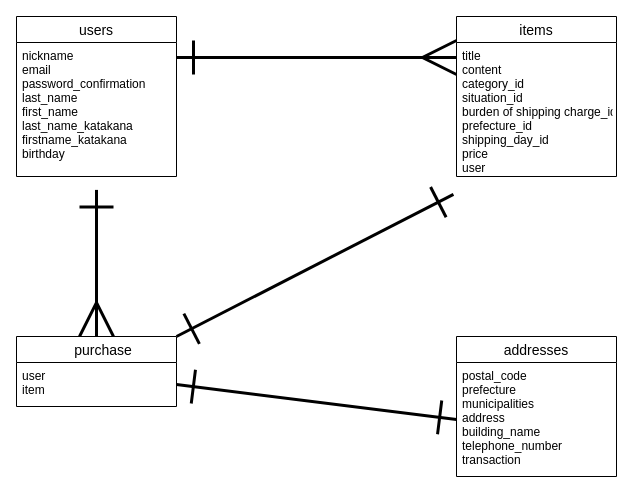
Above: test.dio in zozors/furima-37978 (draw.io), before the change. Source tidied: cells renumbered, new cells numbered last; positions are measured from the earlier drawing's top-left corner, leaving out a move shared by most shapes. Both pictures are drawn from the tidied source at 100%, with x=0, y=0 at pixel (16, 16).
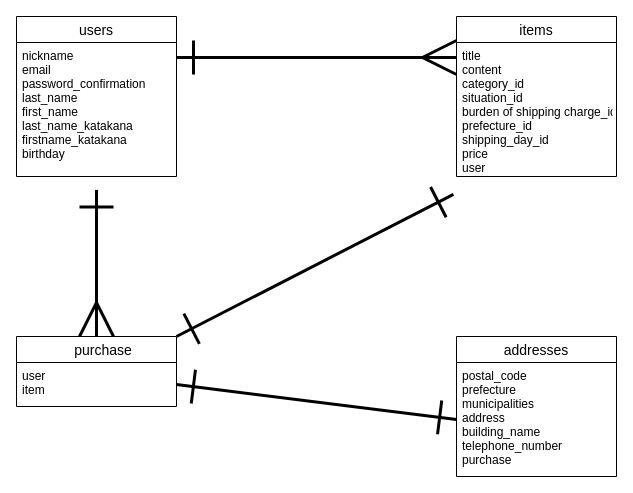
Above is the later version.

Commit message (it also covers changes not shown here):
レビュー修正

Diff of the diagram source:
```diff
@@
 <mxGraphModel>
   <root>
     <mxCell id="0" />
     <mxCell id="1" parent="0" />
     <mxCell id="2" value="users" style="swimlane;fontStyle=0;horizontal=1;startSize=26;align=center;fontSize=14;" parent="1" vertex="1">
       <mxGeometry width="160" height="160" as="geometry" />
     </mxCell>
     <mxCell id="3" value="nickname&#10;email&#10;password_confirmation&#10;last_name&#10;first_name&#10;last_name_katakana&#10;firstname_katakana&#10;birthday" style="text;strokeColor=none;fillColor=none;spacingLeft=4;spacingRight=4;overflow=hidden;points=[[0,0.5],[1,0.5]];portConstraint=eastwest;fontSize=12;" parent="2" vertex="1">
       <mxGeometry y="26" width="160" height="134" as="geometry" />
     </mxCell>
     <mxCell id="4" value="items" style="swimlane;fontStyle=0;horizontal=1;startSize=26;align=center;fontSize=14;" parent="1" vertex="1">
       <mxGeometry x="440" width="160" height="160" as="geometry" />
     </mxCell>
     <mxCell id="5" value="title&#10;content&#10;category_id&#10;situation_id&#10;burden of shipping charge_id&#10;prefecture_id&#10;shipping_day_id&#10;price&#10;user" style="text;strokeColor=none;fillColor=none;spacingLeft=4;spacingRight=4;overflow=hidden;points=[[0,0.5],[1,0.5]];portConstraint=eastwest;fontSize=12;" parent="4" vertex="1">
       <mxGeometry y="26" width="160" height="134" as="geometry" />
     </mxCell>
     <mxCell id="6" style="edgeStyle=none;html=1;exitX=0.5;exitY=0;exitDx=0;exitDy=0;targetPerimeterSpacing=0;endArrow=ERmany;endFill=0;entryX=0.5;entryY=0;entryDx=0;entryDy=0;" parent="1" edge="1" source="9" target="9">
       <mxGeometry relative="1" as="geometry" />
     </mxCell>
     <mxCell id="7" style="edgeStyle=none;html=1;exitX=0.5;exitY=0;exitDx=0;exitDy=0;entryX=0.5;entryY=1.1;entryDx=0;entryDy=0;entryPerimeter=0;endArrow=ERone;endFill=0;startSize=30;endSize=30;targetPerimeterSpacing=0;strokeColor=default;strokeWidth=3;startArrow=ERmany;startFill=0;" parent="1" edge="1" source="9" target="3">
       <mxGeometry relative="1" as="geometry" />
     </mxCell>
     <mxCell id="8" style="edgeStyle=none;html=1;exitX=1;exitY=0;exitDx=0;exitDy=0;entryX=-0.019;entryY=1.133;entryDx=0;entryDy=0;entryPerimeter=0;startArrow=ERone;startFill=0;endArrow=ERone;endFill=0;sourcePerimeterSpacing=0;targetPerimeterSpacing=0;strokeColor=default;strokeWidth=3;endSize=30;startSize=30;" parent="1" edge="1" source="9" target="5">
       <mxGeometry relative="1" as="geometry" />
     </mxCell>
     <mxCell id="9" value="　purchase" style="swimlane;fontStyle=0;horizontal=1;startSize=26;align=center;fontSize=14;" parent="1" vertex="1">
       <mxGeometry y="320" width="160" height="70" as="geometry" />
     </mxCell>
     <mxCell id="10" value="user&#10;item" style="text;strokeColor=none;fillColor=none;spacingLeft=4;spacingRight=4;overflow=hidden;points=[[0,0.5],[1,0.5]];portConstraint=eastwest;fontSize=12;" parent="9" vertex="1">
       <mxGeometry y="26" width="160" height="44" as="geometry" />
     </mxCell>
     <mxCell id="11" value="addresses" style="swimlane;fontStyle=0;horizontal=1;startSize=26;align=center;fontSize=14;" parent="1" vertex="1">
       <mxGeometry x="440" y="320" width="160" height="140" as="geometry" />
     </mxCell>
-    <mxCell id="12" value="postal_code&#10;prefecture&#10;municipalities&#10;address&#10;building_name&#10;telephone_number&#10;transaction" style="text;strokeColor=none;fillColor=none;spacingLeft=4;spacingRight=4;overflow=hidden;points=[[0,0.5],[1,0.5]];portConstraint=eastwest;fontSize=12;" parent="11" vertex="1">
+    <mxCell id="12" value="postal_code&#10;prefecture&#10;municipalities&#10;address&#10;building_name&#10;telephone_number&#10;purchase" style="text;strokeColor=none;fillColor=none;spacingLeft=4;spacingRight=4;overflow=hidden;points=[[0,0.5],[1,0.5]];portConstraint=eastwest;fontSize=12;" parent="11" vertex="1">
       <mxGeometry y="26" width="160" height="114" as="geometry" />
     </mxCell>
     <mxCell id="13" style="edgeStyle=none;html=1;exitX=1;exitY=0.5;exitDx=0;exitDy=0;entryX=0;entryY=0.5;entryDx=0;entryDy=0;endArrow=ERmany;endFill=0;startSize=30;endSize=30;targetPerimeterSpacing=0;strokeColor=default;startArrow=ERone;startFill=0;strokeWidth=3;" parent="1" edge="1">
       <mxGeometry relative="1" as="geometry">
         <mxPoint x="160" y="41" as="sourcePoint" />
         <mxPoint x="440" y="41" as="targetPoint" />
       </mxGeometry>
     </mxCell>
     <mxCell id="14" style="edgeStyle=none;html=1;exitX=1;exitY=0.5;exitDx=0;exitDy=0;entryX=0;entryY=0.5;entryDx=0;entryDy=0;endArrow=ERone;endFill=0;targetPerimeterSpacing=0;strokeColor=default;endSize=30;startArrow=ERone;startFill=0;startSize=30;strokeWidth=3;" parent="1" edge="1" source="10" target="12">
       <mxGeometry relative="1" as="geometry" />
     </mxCell>
   </root>
 </mxGraphModel>
```
